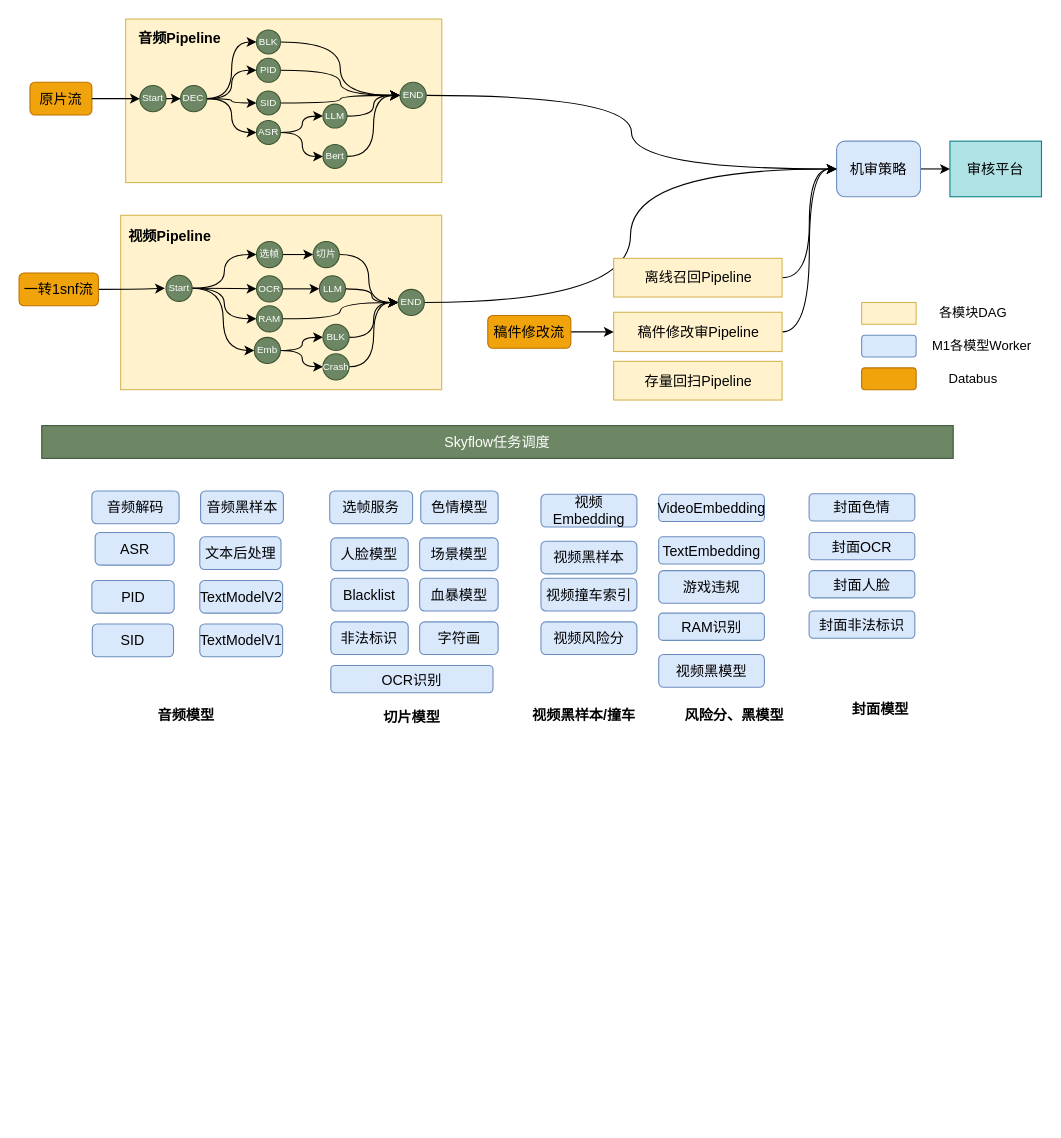
The draw.io diagram page "v2" (2 of 2) of 机审工程图 - with skyflow.drawio in johnsondeng/drawio, before the edit. Source tidied: cells renumbered, new cells numbered last; positions are measured from the earlier drawing's top-left corner, leaving out a move shared by most shapes. Both pictures are drawn from the tidied source at 109%, with x=0, y=0 at pixel (19, 19). Pictures stored in the file or linked from it are replaced by grey dashed boxes.
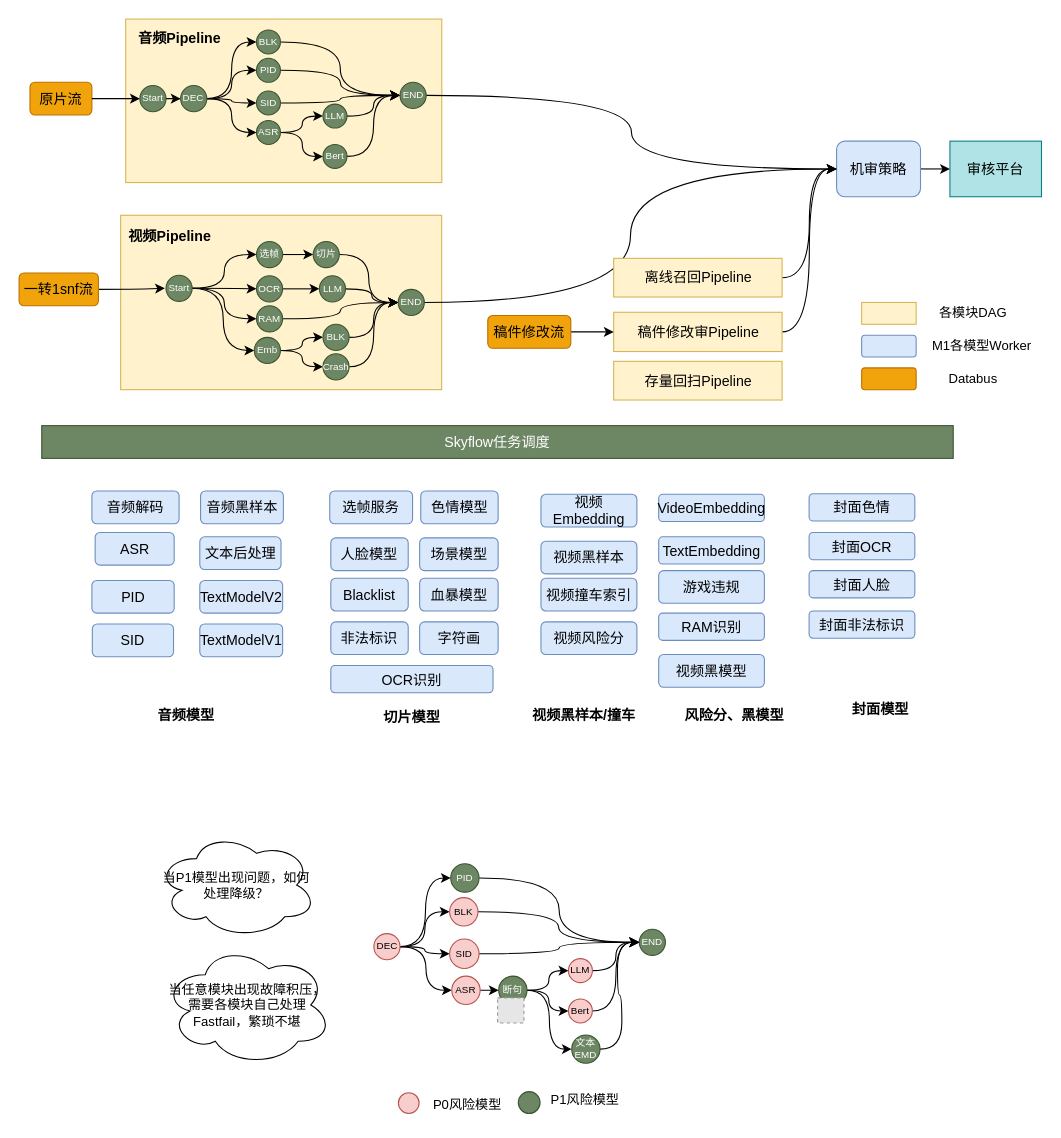
The same page after the edit.

Commit message:
更新机审工程图 - with skyflow.drawio

What changed in the source:
```diff
@@
+    <mxCell id="108" style="edgeStyle=orthogonalEdgeStyle;rounded=0;jettySize=auto;html=1;exitX=1;exitY=0.5;exitDx=0;exitDy=0;entryX=0;entryY=0.5;entryDx=0;entryDy=0;curved=1;" parent="1" edge="1" source="112" target="122">
+      <mxGeometry relative="1" as="geometry" />
+    </mxCell>
+    <mxCell id="109" style="edgeStyle=orthogonalEdgeStyle;curved=1;rounded=0;jettySize=auto;html=1;exitX=1;exitY=0.5;exitDx=0;exitDy=0;entryX=0;entryY=0.5;entryDx=0;entryDy=0;" parent="1" edge="1" source="112" target="120">
+      <mxGeometry relative="1" as="geometry" />
+    </mxCell>
+    <mxCell id="110" style="edgeStyle=orthogonalEdgeStyle;curved=1;rounded=0;jettySize=auto;html=1;exitX=1;exitY=0.5;exitDx=0;exitDy=0;entryX=0;entryY=0.5;entryDx=0;entryDy=0;" parent="1" edge="1" source="112" target="114">
+      <mxGeometry relative="1" as="geometry" />
+    </mxCell>
+    <mxCell id="111" style="edgeStyle=orthogonalEdgeStyle;curved=1;rounded=0;jettySize=auto;html=1;exitX=1;exitY=0.5;exitDx=0;exitDy=0;entryX=0;entryY=0.5;entryDx=0;entryDy=0;" parent="1" edge="1" source="112" target="137">
+      <mxGeometry relative="1" as="geometry" />
+    </mxCell>
+    <mxCell id="112" value="&lt;div style=&quot;font-size: 9px;&quot;&gt;DEC&lt;/div&gt;" style="ellipse;whiteSpace=wrap;html=1;fillColor=#f8cecc;strokeColor=#b85450;fontSize=9;" parent="1" vertex="1">
+      <mxGeometry x="325.5" y="839" width="24" height="24" as="geometry" />
+    </mxCell>
+    <mxCell id="113" style="edgeStyle=orthogonalEdgeStyle;curved=1;rounded=0;jettySize=auto;html=1;exitX=1;exitY=0.5;exitDx=0;exitDy=0;entryX=0;entryY=0.5;entryDx=0;entryDy=0;" parent="1" edge="1" source="114" target="127">
+      <mxGeometry relative="1" as="geometry" />
+    </mxCell>
+    <mxCell id="114" value="SID" style="ellipse;whiteSpace=wrap;html=1;fillColor=#f8cecc;strokeColor=#b85450;fontSize=9;" parent="1" vertex="1">
+      <mxGeometry x="395" y="844" width="27" height="27" as="geometry" />
+    </mxCell>
+    <mxCell id="115" style="edgeStyle=orthogonalEdgeStyle;curved=1;rounded=0;jettySize=auto;html=1;exitX=1;exitY=0.5;exitDx=0;exitDy=0;entryX=0;entryY=0.5;entryDx=0;entryDy=0;" parent="1" edge="1" source="118" target="124">
+      <mxGeometry relative="1" as="geometry" />
+    </mxCell>
+    <mxCell id="116" style="edgeStyle=orthogonalEdgeStyle;curved=1;rounded=0;jettySize=auto;html=1;exitX=1;exitY=0.5;exitDx=0;exitDy=0;entryX=0;entryY=0.5;entryDx=0;entryDy=0;" parent="1" edge="1" source="118" target="126">
+      <mxGeometry relative="1" as="geometry" />
+    </mxCell>
+    <mxCell id="117" style="edgeStyle=orthogonalEdgeStyle;curved=1;rounded=0;jettySize=auto;html=1;exitX=1;exitY=0.5;exitDx=0;exitDy=0;entryX=0;entryY=0.5;entryDx=0;entryDy=0;" parent="1" edge="1" source="118" target="129">
+      <mxGeometry relative="1" as="geometry" />
+    </mxCell>
+    <mxCell id="118" value="断句" style="ellipse;whiteSpace=wrap;html=1;fillColor=#6d8764;strokeColor=#3A5431;fontSize=9;fontColor=#ffffff;" parent="1" vertex="1">
+      <mxGeometry x="440" y="878" width="26" height="26" as="geometry" />
+    </mxCell>
+    <mxCell id="119" style="edgeStyle=orthogonalEdgeStyle;curved=1;rounded=0;jettySize=auto;html=1;exitX=1;exitY=0.5;exitDx=0;exitDy=0;entryX=0;entryY=0.5;entryDx=0;entryDy=0;" parent="1" edge="1" source="120" target="127">
+      <mxGeometry relative="1" as="geometry" />
+    </mxCell>
+    <mxCell id="120" value="PID" style="ellipse;whiteSpace=wrap;html=1;fillColor=#6d8764;strokeColor=#3A5431;fontColor=#ffffff;fontSize=9;" parent="1" vertex="1">
+      <mxGeometry x="396" y="775" width="26" height="26" as="geometry" />
+    </mxCell>
+    <mxCell id="121" style="edgeStyle=orthogonalEdgeStyle;curved=1;rounded=0;jettySize=auto;html=1;exitX=1;exitY=0.5;exitDx=0;exitDy=0;entryX=0;entryY=0.5;entryDx=0;entryDy=0;" parent="1" edge="1" source="122" target="127">
+      <mxGeometry relative="1" as="geometry" />
+    </mxCell>
+    <mxCell id="122" value="BLK" style="ellipse;whiteSpace=wrap;html=1;fillColor=#f8cecc;strokeColor=#b85450;fontSize=9;" parent="1" vertex="1">
+      <mxGeometry x="395" y="806" width="26" height="26" as="geometry" />
+    </mxCell>
+    <mxCell id="123" style="edgeStyle=orthogonalEdgeStyle;curved=1;rounded=0;jettySize=auto;html=1;exitX=1;exitY=0.5;exitDx=0;exitDy=0;entryX=0;entryY=0.5;entryDx=0;entryDy=0;" parent="1" edge="1" source="124" target="127">
+      <mxGeometry relative="1" as="geometry" />
+    </mxCell>
+    <mxCell id="124" value="LLM" style="ellipse;whiteSpace=wrap;html=1;fillColor=#f8cecc;strokeColor=#b85450;fontSize=9;" parent="1" vertex="1">
+      <mxGeometry x="504" y="862" width="22" height="22" as="geometry" />
+    </mxCell>
+    <mxCell id="125" style="edgeStyle=orthogonalEdgeStyle;curved=1;rounded=0;jettySize=auto;html=1;exitX=1;exitY=0.5;exitDx=0;exitDy=0;entryX=0;entryY=0.5;entryDx=0;entryDy=0;" parent="1" edge="1" source="126" target="127">
+      <mxGeometry relative="1" as="geometry" />
+    </mxCell>
+    <mxCell id="126" value="Bert" style="ellipse;whiteSpace=wrap;html=1;fillColor=#f8cecc;strokeColor=#b85450;fontSize=9;" parent="1" vertex="1">
+      <mxGeometry x="504" y="899" width="22" height="22" as="geometry" />
+    </mxCell>
+    <mxCell id="127" value="END" style="ellipse;whiteSpace=wrap;html=1;fillColor=#6d8764;strokeColor=#3A5431;fontColor=#ffffff;fontSize=9;" parent="1" vertex="1">
+      <mxGeometry x="569" y="835" width="24" height="24" as="geometry" />
+    </mxCell>
+    <mxCell id="128" style="edgeStyle=orthogonalEdgeStyle;curved=1;rounded=0;jettySize=auto;html=1;exitX=1;exitY=0.5;exitDx=0;exitDy=0;entryX=0;entryY=0.5;entryDx=0;entryDy=0;" parent="1" edge="1" source="129" target="127">
+      <mxGeometry relative="1" as="geometry" />
+    </mxCell>
+    <mxCell id="129" value="文本EMD" style="ellipse;whiteSpace=wrap;html=1;fillColor=#6d8764;strokeColor=#3A5431;fontColor=#ffffff;fontSize=9;" parent="1" vertex="1">
+      <mxGeometry x="507" y="932" width="26" height="26" as="geometry" />
+    </mxCell>
+    <mxCell id="130" style="ellipse;whiteSpace=wrap;html=1;fillColor=#6d8764;strokeColor=#3A5431;fontColor=#ffffff;fontSize=9;" parent="1" vertex="1">
+      <mxGeometry x="458" y="984" width="20" height="20" as="geometry" />
+    </mxCell>
+    <mxCell id="131" value="P1风险模型" style="text;html=1;align=center;verticalAlign=middle;strokeColor=none;fillColor=none;" parent="1" vertex="1">
+      <mxGeometry x="478" y="979" width="81" height="26" as="geometry" />
+    </mxCell>
+    <mxCell id="132" style="ellipse;whiteSpace=wrap;html=1;fillColor=#f8cecc;strokeColor=#b85450;fontSize=9;" parent="1" vertex="1">
+      <mxGeometry x="348" y="985" width="19" height="19" as="geometry" />
+    </mxCell>
+    <mxCell id="133" value="P0风险模型" style="text;html=1;align=center;verticalAlign=middle;strokeColor=none;fillColor=none;" parent="1" vertex="1">
+      <mxGeometry x="370" y="983" width="81" height="26" as="geometry" />
+    </mxCell>
+    <mxCell id="134" value="当P1模型出现问题，如何处理降级？" style="ellipse;shape=cloud;whiteSpace=wrap;html=1;" parent="1" vertex="1">
+      <mxGeometry x="126" y="746" width="147" height="97" as="geometry" />
+    </mxCell>
+    <mxCell id="135" value="当任意模块出现故障积压，需要各模块自己处理Fastfail，繁琐不堪" style="ellipse;shape=cloud;whiteSpace=wrap;html=1;" parent="1" vertex="1">
+      <mxGeometry x="132" y="849" width="155" height="111" as="geometry" />
+    </mxCell>
+    <mxCell id="136" style="edgeStyle=orthogonalEdgeStyle;curved=1;rounded=0;jettySize=auto;html=1;exitX=1;exitY=0.5;exitDx=0;exitDy=0;entryX=0;entryY=0.5;entryDx=0;entryDy=0;" parent="1" edge="1" source="137" target="118">
+      <mxGeometry relative="1" as="geometry">
+        <Array as="points">
+          <mxPoint x="404" y="891" />
+        </Array>
+      </mxGeometry>
+    </mxCell>
+    <mxCell id="137" value="ASR" style="ellipse;whiteSpace=wrap;html=1;fillColor=#f8cecc;strokeColor=#b85450;fontSize=9;" parent="1" vertex="1">
+      <mxGeometry x="397" y="878" width="26" height="26" as="geometry" />
+    </mxCell>
+    <mxCell id="138" style="fillColor=#E6E6E6;strokeColor=#999999;dashed=1;verticalLabelPosition=bottom;labelBackgroundColor=default;verticalAlign=top;" parent="1" vertex="1">
+      <mxGeometry x="439" y="898" width="24.2" height="23" as="geometry" />
+    </mxCell>
```
